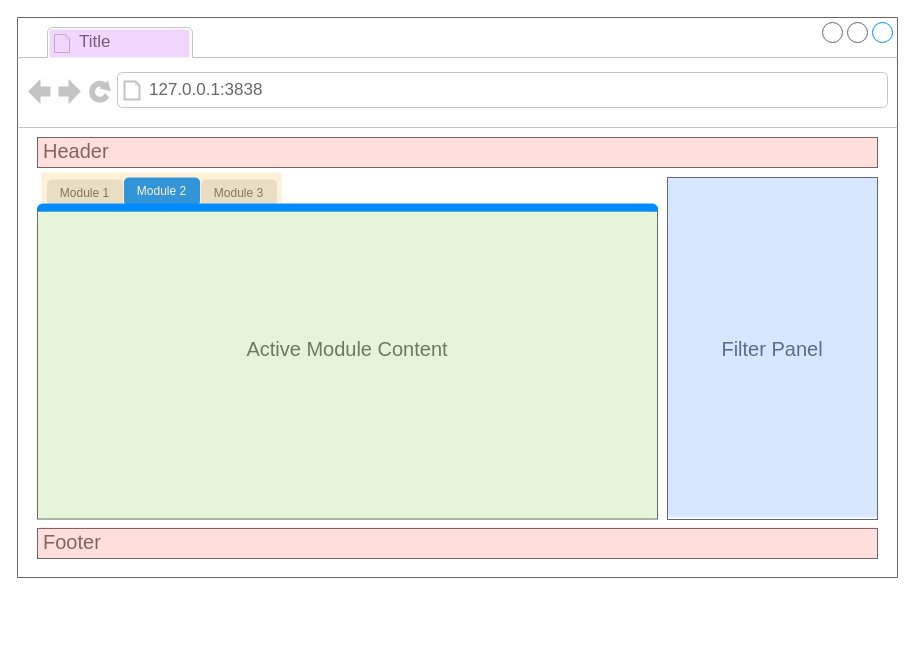
Earlier version of the draw.io diagram inst/design/teal-app-components.drawio (insightsengineering/teal). Source tidied: cells renumbered, new cells numbered last; positions are measured from the earlier drawing's top-left corner, leaving out a move shared by most shapes. Both pictures are drawn from the tidied source at 100%, with x=0, y=0 at pixel (17, 17).
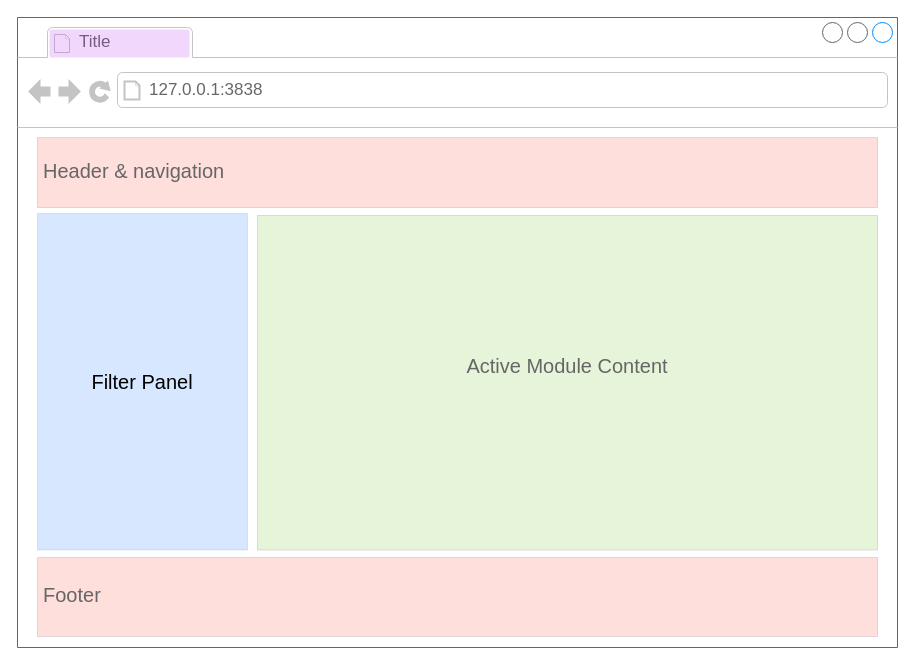
The same page after the edit.

Diff of the diagram source:
```diff
@@
 <mxGraphModel>
   <root>
     <mxCell id="0" />
     <mxCell id="1" parent="0" />
     <mxCell id="2" style="strokeWidth=1;shadow=0;dashed=0;align=center;html=1;shape=mxgraph.mockup.containers.browserWindow;rSize=0;strokeColor=#666666;strokeColor2=#008cff;strokeColor3=#c4c4c4;mainText=,;" parent="1" vertex="1">
-      <mxGeometry width="880" height="560" as="geometry" />
+      <mxGeometry width="880" height="630" as="geometry" />
     </mxCell>
     <mxCell id="3" value="Title" style="strokeWidth=1;shadow=0;dashed=0;align=center;html=1;shape=mxgraph.mockup.containers.anchor;fontSize=17;fontColor=#666666;align=left;whiteSpace=wrap;" parent="1" vertex="1">
       <mxGeometry x="60" y="12" width="110" height="26" as="geometry" />
     </mxCell>
     <mxCell id="4" value="127.0.0.1:3838" style="strokeWidth=1;shadow=0;dashed=0;align=center;html=1;shape=mxgraph.mockup.containers.anchor;rSize=0;fontSize=17;fontColor=#666666;align=left;" parent="1" vertex="1">
       <mxGeometry x="130" y="60" width="250" height="26" as="geometry" />
     </mxCell>
-    <mxCell id="5" value="&lt;font style=&quot;font-size: 20px;&quot;&gt;Header&lt;/font&gt;" style="strokeWidth=1;shadow=0;dashed=0;align=center;html=1;shape=mxgraph.mockup.text.textBox;fontColor=#666666;align=left;fontSize=17;spacingLeft=4;spacingTop=-3;whiteSpace=wrap;strokeColor=#666666;mainText=;" parent="1" vertex="1">
-      <mxGeometry x="20" y="120" width="840" height="30" as="geometry" />
+    <mxCell id="5" value="&lt;font style=&quot;font-size: 20px;&quot;&gt;Header &amp;amp; navigation&lt;/font&gt;" style="strokeWidth=1;shadow=0;dashed=0;align=center;html=1;shape=mxgraph.mockup.text.textBox;fontColor=#666666;align=left;fontSize=17;spacingLeft=4;spacingTop=-3;whiteSpace=wrap;strokeColor=#666666;mainText=;fillColor=#FB6251;opacity=20;" parent="1" vertex="1">
+      <mxGeometry x="20" y="120" width="840" height="70" as="geometry" />
     </mxCell>
-    <mxCell id="6" value="&lt;font style=&quot;font-size: 20px;&quot;&gt;Footer&lt;/font&gt;" style="strokeWidth=1;shadow=0;dashed=0;align=center;html=1;shape=mxgraph.mockup.text.textBox;fontColor=#666666;align=left;fontSize=17;spacingLeft=4;spacingTop=-3;whiteSpace=wrap;strokeColor=#666666;mainText=;" parent="1" vertex="1">
-      <mxGeometry x="20" y="511" width="840" height="30" as="geometry" />
+    <mxCell id="6" value="&lt;font style=&quot;font-size: 20px;&quot;&gt;Footer&lt;/font&gt;" style="strokeWidth=1;shadow=0;dashed=0;align=center;html=1;shape=mxgraph.mockup.text.textBox;fontColor=#666666;align=left;fontSize=17;spacingLeft=4;spacingTop=-3;whiteSpace=wrap;strokeColor=#666666;mainText=;fillColor=#FB6251;opacity=20;" parent="1" vertex="1">
+      <mxGeometry x="20" y="540" width="840" height="79" as="geometry" />
     </mxCell>
-    <mxCell id="7" value="&lt;span style=&quot;color: rgb(102, 102, 102);&quot;&gt;&lt;font style=&quot;font-size: 20px;&quot;&gt;Active Module Content&lt;/font&gt;&lt;/span&gt;" style="strokeWidth=1;shadow=0;dashed=0;align=center;html=1;shape=mxgraph.mockup.containers.marginRect2;rectMarginTop=32;strokeColor=#666666;gradientColor=none;whiteSpace=wrap;fontSize=17;" parent="1" vertex="1">
-      <mxGeometry x="20" y="161.5" width="620" height="340" as="geometry" />
+    <mxCell id="7" value="&lt;span style=&quot;color: rgb(102, 102, 102);&quot;&gt;&lt;font style=&quot;font-size: 20px;&quot;&gt;Active Module Content&lt;/font&gt;&lt;/span&gt;" style="strokeWidth=1;shadow=0;dashed=0;align=center;html=1;shape=mxgraph.mockup.containers.marginRect2;rectMarginTop=32;strokeColor=#666666;gradientColor=none;whiteSpace=wrap;fontSize=17;fillColor=#83CC41;opacity=20;" parent="1" vertex="1">
+      <mxGeometry x="240" y="166" width="620" height="366.5" as="geometry" />
     </mxCell>
-    <mxCell id="8" value="&lt;font color=&quot;#666666&quot;&gt;Module 1&lt;/font&gt;" style="rounded=1;whiteSpace=wrap;html=1;fontColor=#b04f4f;strokeColor=#E6E6E6;fillColor=#E6E6E6;" parent="1" vertex="1">
-      <mxGeometry x="30" y="162.5" width="75" height="27.5" as="geometry" />
-    </mxCell>
-    <mxCell id="9" value="&lt;font color=&quot;#ffffff&quot;&gt;Module 2&lt;/font&gt;" style="rounded=1;whiteSpace=wrap;html=1;fontColor=#b04f4f;strokeColor=#008cff;fillColor=#008cff;" parent="1" vertex="1">
-      <mxGeometry x="107" y="160.5" width="75" height="27.5" as="geometry" />
-    </mxCell>
-    <mxCell id="10" value="&lt;font color=&quot;#666666&quot;&gt;Module 3&lt;/font&gt;" style="rounded=1;whiteSpace=wrap;html=1;fontColor=#b04f4f;strokeColor=#E6E6E6;fillColor=#E6E6E6;" parent="1" vertex="1">
-      <mxGeometry x="184" y="162.5" width="75" height="27.5" as="geometry" />
-    </mxCell>
-    <mxCell id="11" style="strokeWidth=1;shadow=0;dashed=0;align=center;html=1;shape=mxgraph.mockup.containers.topButton;rSize=5;strokeColor=#008cff;fillColor=#008cff;gradientColor=none;" parent="1" vertex="1">
-      <mxGeometry x="20" y="186.5" width="620" height="7" as="geometry" />
-    </mxCell>
-    <mxCell id="12" value="Filter Panel" style="rounded=0;whiteSpace=wrap;html=1;strokeColor=#666666;fontSize=20;fontColor=#666666;fillColor=#FFFFFF;" parent="1" vertex="1">
-      <mxGeometry x="650" y="160" width="210" height="342" as="geometry" />
+    <mxCell id="12" value="Filter Panel" style="rounded=0;whiteSpace=wrap;html=1;strokeColor=#6c8ebf;fontSize=20;fillColor=light-dark(#3a88fe, #1d293b);fillStyle=solid;opacity=20;" parent="1" vertex="1">
+      <mxGeometry x="20" y="196" width="210" height="336.5" as="geometry" />
     </mxCell>
     <mxCell id="13" style="rounded=1;whiteSpace=wrap;html=1;fillColor=#BF37F3;gradientColor=none;opacity=20;strokeColor=none;arcSize=7;" parent="1" vertex="1">
       <mxGeometry x="32" y="12" width="140" height="28" as="geometry" />
     </mxCell>
-    <mxCell id="14" style="rounded=1;whiteSpace=wrap;html=1;fillColor=#FB6251;gradientColor=none;opacity=20;strokeColor=none;arcSize=7;" parent="1" vertex="1">
-      <mxGeometry x="20" y="510" width="840" height="31" as="geometry" />
-    </mxCell>
-    <mxCell id="15" style="rounded=1;whiteSpace=wrap;html=1;fillColor=#FB6251;gradientColor=none;opacity=20;strokeColor=none;arcSize=7;" parent="1" vertex="1">
-      <mxGeometry x="20" y="120" width="840" height="30" as="geometry" />
-    </mxCell>
-    <mxCell id="16" style="rounded=1;whiteSpace=wrap;html=1;fillColor=#f2b73f;opacity=20;strokeColor=none;arcSize=7;" parent="1" vertex="1">
-      <mxGeometry x="24" y="155" width="240" height="31" as="geometry" />
-    </mxCell>
-    <mxCell id="17" style="rounded=1;whiteSpace=wrap;html=1;fillColor=#83cc41;opacity=20;strokeColor=none;arcSize=2;" parent="1" vertex="1">
-      <mxGeometry x="20" y="193.5" width="620" height="308" as="geometry" />
-    </mxCell>
-    <mxCell id="18" style="rounded=1;whiteSpace=wrap;html=1;fillColor=#3A88FE;opacity=20;strokeColor=none;arcSize=2;" parent="1" vertex="1">
-      <mxGeometry x="650" y="160" width="210" height="340" as="geometry" />
-    </mxCell>
   </root>
 </mxGraphModel>
```
